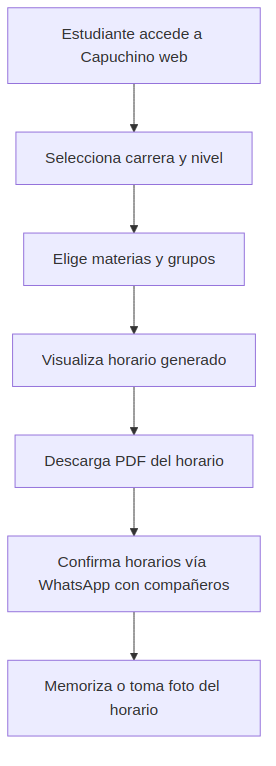
Before: images/diagrams/area_asis_proceso.png, a diagram exported from Mermaid (smith-3/Taller-Grado-II). Its source is kept beside it as images/diagrams/area_asis_proceso.mmd. The source it was exported from:
```mermaid
flowchart TD
    A[Estudiante accede a Capuchino web] --> B[Selecciona carrera y nivel]
    B --> C[Elige materias y grupos]
    C --> D[Visualiza horario generado]
    D --> E[Descarga PDF del horario]
    E --> F[Confirma horarios vía WhatsApp con compañeros]
    F --> G[Memoriza o toma foto del horario]
```
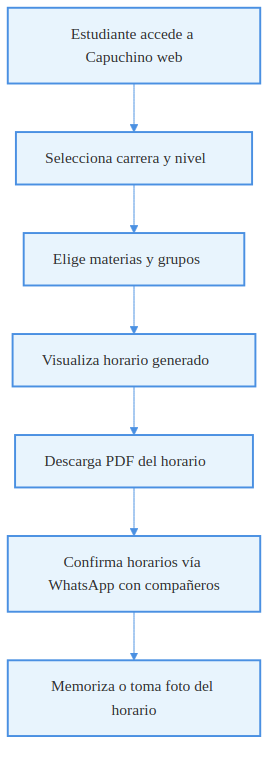
Later version of the same file.

Change to the diagram source:
```diff
@@ -1,7 +1,24 @@
+%%{init: {
+  "theme": "base",
+  "themeVariables": {
+    "primaryColor": "#E8F4FD",
+    "primaryBorderColor": "#4A90E2",
+    "primaryTextColor": "#333",
+    "lineColor": "#4A90E2",
+    "fontSize": "16px",
+    "fontFamily": "Arial, sans-serif"
+  }
+}}%%
 flowchart TD
-    A[Estudiante accede a Capuchino web] --> B[Selecciona carrera y nivel]
-    B --> C[Elige materias y grupos]
-    C --> D[Visualiza horario generado]
-    D --> E[Descarga PDF del horario]
-    E --> F[Confirma horarios vía WhatsApp con compañeros]
-    F --> G[Memoriza o toma foto del horario]
+    A[Estudiante accede a Capuchino web]
+    B[Selecciona carrera y nivel]
+    C[Elige materias y grupos]
+    D[Visualiza horario generado]
+    E[Descarga PDF del horario]
+    F[Confirma horarios vía WhatsApp con compañeros]
+    G[Memoriza o toma foto del horario]
+
+    A --> B --> C --> D --> E --> F --> G
+
+    classDef paso fill:#E8F4FD,stroke:#4A90E2,color:#333,stroke-width:2px;
+    class A,B,C,D,E,F,G paso;
```
